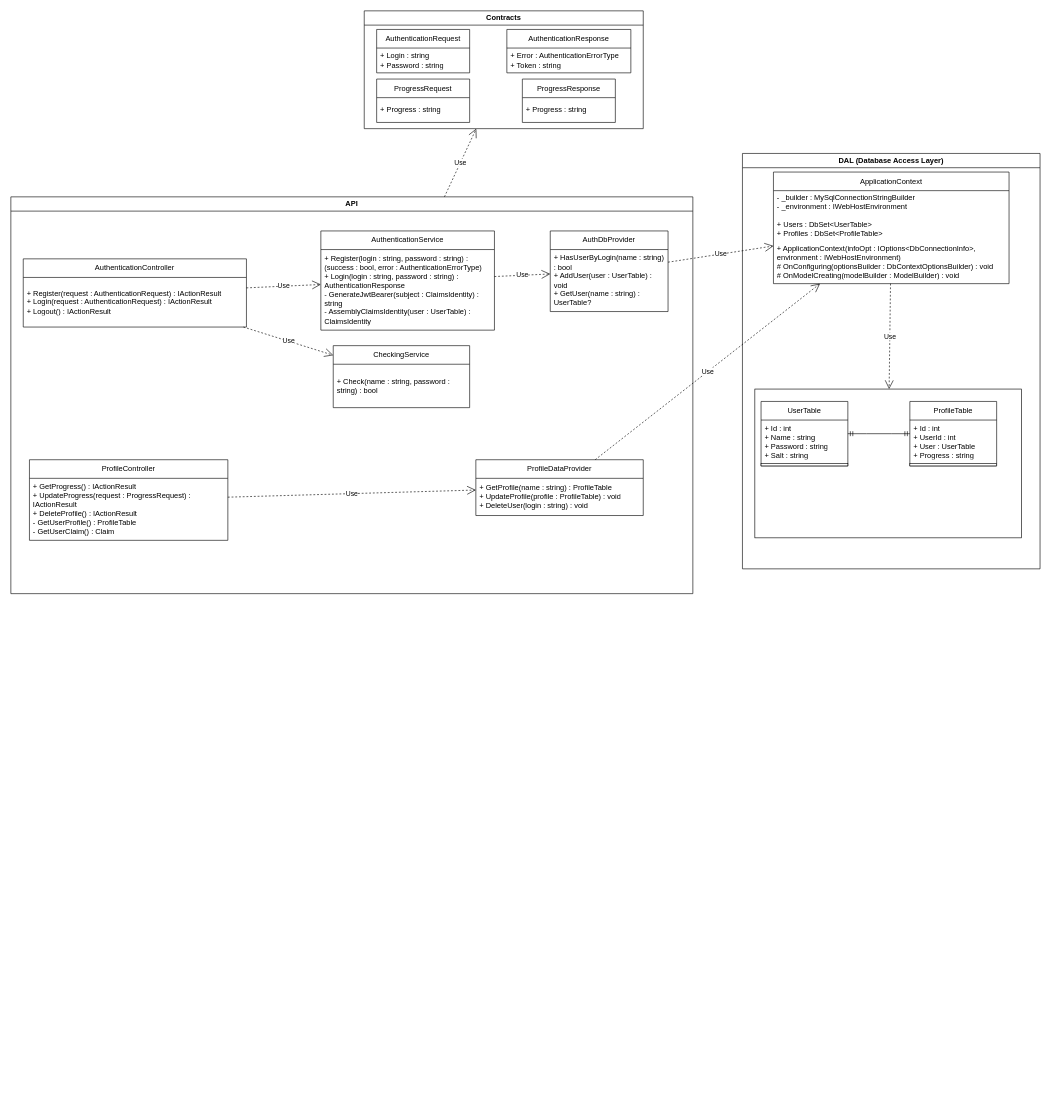
Earlier version of the draw.io diagram RoomByRoom API.drawio (mrnchr/RoomByRoom). Source tidied: cells renumbered, new cells numbered last; positions are measured from the earlier drawing's top-left corner, leaving out a move shared by most shapes. Both pictures are drawn from the tidied source at 62%, with x=0, y=0 at pixel (11, 11).
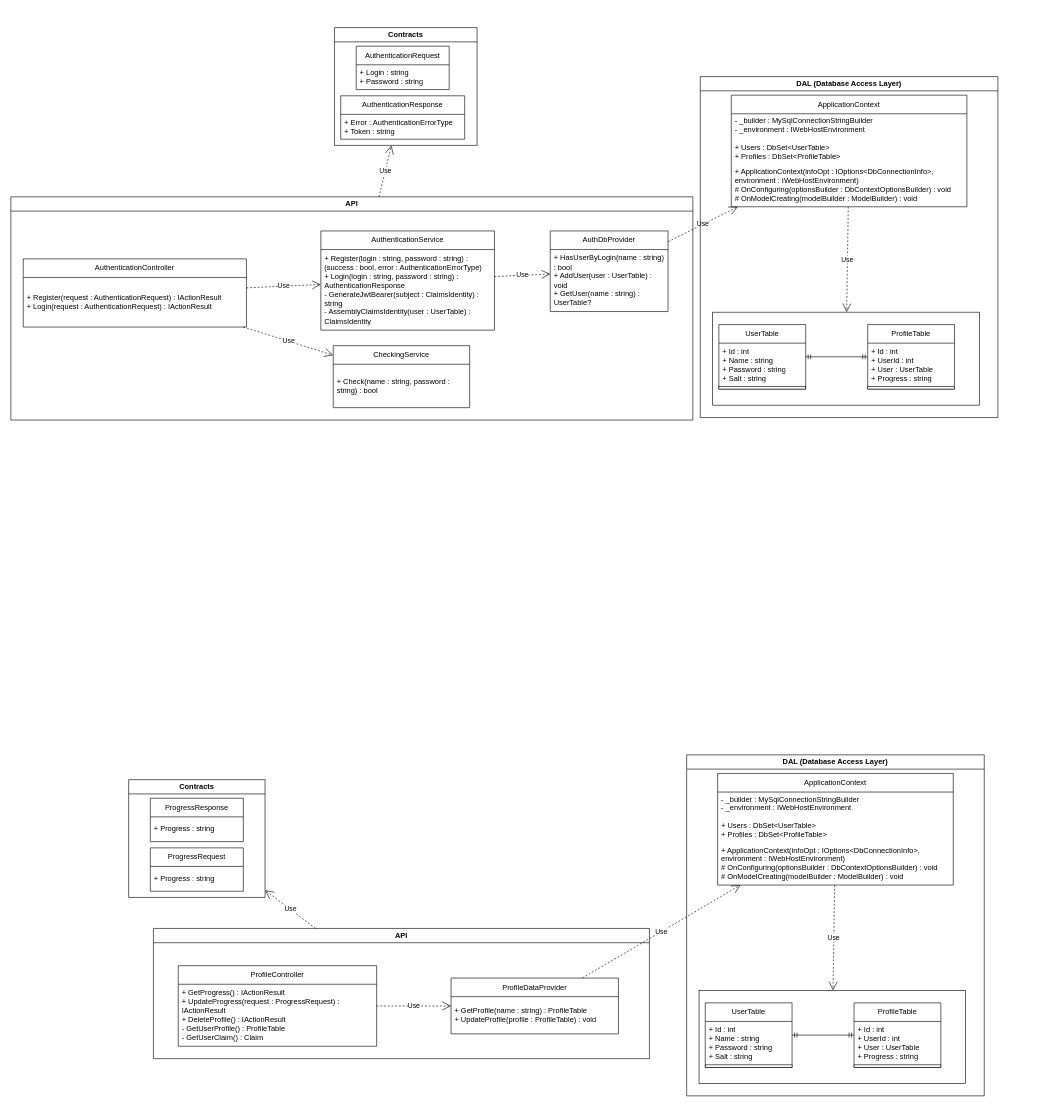
The same diagram, later.

Unchanged cells that the change refers to:
```xml
<mxCell id="25" value="AuthDbProvider" style="swimlane;fontStyle=0;horizontal=1;startSize=30;whiteSpace=wrap;html=1;fillColor=none;" parent="24" vertex="1">
  <mxGeometry x="870" y="55" width="190" height="130" as="geometry" />
</mxCell>
<mxCell id="30" value="AuthenticationController" style="swimlane;fontStyle=0;horizontal=1;startSize=30;whiteSpace=wrap;html=1;fillColor=none;" parent="24" vertex="1">
  <mxGeometry x="20" y="100" width="360" height="110" as="geometry" />
</mxCell>
```

What changed in the source:
```diff
@@
     <mxCell id="2" value="Contracts" style="swimlane;whiteSpace=wrap;html=1;" parent="1" vertex="1">
-      <mxGeometry x="570" width="450" height="190" as="geometry" />
+      <mxGeometry x="522" y="27" width="230" height="190" as="geometry" />
     </mxCell>
     <mxCell id="3" value="AuthenticationRequest" style="swimlane;fontStyle=0;horizontal=1;startSize=30;whiteSpace=wrap;html=1;" parent="2" vertex="1">
-      <mxGeometry x="20" y="30" width="150" height="70" as="geometry" />
+      <mxGeometry x="35" y="30" width="150" height="70" as="geometry" />
     </mxCell>
@@
     <mxCell id="5" value="AuthenticationResponse" style="swimlane;fontStyle=0;horizontal=1;startSize=30;whiteSpace=wrap;html=1;" parent="2" vertex="1">
-      <mxGeometry x="230" y="30" width="200" height="70" as="geometry" />
+      <mxGeometry x="10" y="110" width="200" height="70" as="geometry" />
     </mxCell>
@@
-    <mxCell id="7" value="ProgressRequest" style="swimlane;fontStyle=0;horizontal=1;startSize=30;whiteSpace=wrap;html=1;" parent="2" vertex="1">
-      <mxGeometry x="20" y="110" width="150" height="70" as="geometry" />
-    </mxCell>
-    <mxCell id="8" value="+ Progress : string" style="text;strokeColor=none;fillColor=none;align=left;verticalAlign=middle;spacingLeft=4;spacingRight=4;overflow=hidden;whiteSpace=wrap;html=1;" parent="7" vertex="1">
-      <mxGeometry y="30" width="150" height="40" as="geometry" />
-    </mxCell>
-    <mxCell id="9" value="ProgressResponse" style="swimlane;fontStyle=0;horizontal=1;startSize=30;whiteSpace=wrap;html=1;" parent="2" vertex="1">
-      <mxGeometry x="255" y="110" width="150" height="70" as="geometry" />
-    </mxCell>
-    <mxCell id="10" value="+ Progress : string" style="text;strokeColor=none;fillColor=none;align=left;verticalAlign=middle;spacingLeft=4;spacingRight=4;overflow=hidden;whiteSpace=wrap;html=1;" parent="9" vertex="1">
-      <mxGeometry y="30" width="150" height="40" as="geometry" />
-    </mxCell>
-    <mxCell id="11" value="DAL (Database Access Layer)" style="swimlane;whiteSpace=wrap;html=1;" parent="1" vertex="1">
-      <mxGeometry x="1180" y="230" width="480" height="670" as="geometry" />
-    </mxCell>
-    <mxCell id="12" value="ApplicationContext" style="swimlane;fontStyle=0;horizontal=1;startSize=30;whiteSpace=wrap;html=1;" parent="11" vertex="1">
-      <mxGeometry x="50" y="30" width="380" height="180" as="geometry" />
-    </mxCell>
-    <mxCell id="13" value="- _builder : MySqlConnectionStringBuilder&lt;br&gt;- _environment : IWebHostEnvironment&lt;br&gt;&lt;br&gt;+ Users : DbSet&amp;lt;UserTable&amp;gt;&lt;br&gt;+ Profiles : DbSet&amp;lt;ProfileTable&amp;gt;" style="text;strokeColor=none;fillColor=none;align=left;verticalAlign=middle;spacingLeft=4;spacingRight=4;overflow=hidden;whiteSpace=wrap;html=1;" parent="12" vertex="1">
-      <mxGeometry y="30" width="380" height="80" as="geometry" />
-    </mxCell>
-    <mxCell id="14" value="+ ApplicationContext(infoOpt : IOptions&amp;lt;DbConnectionInfo&amp;gt;, environment : IWebHostEnvironment)&lt;br&gt;# OnConfiguring(optionsBuilder : DbContextOptionsBuilder) : void&lt;br&gt;# OnModelCreating(modelBuilder : ModelBuilder) : void" style="text;strokeColor=none;fillColor=none;align=left;verticalAlign=middle;spacingLeft=4;spacingRight=4;overflow=hidden;whiteSpace=wrap;html=1;" parent="12" vertex="1">
-      <mxGeometry y="110" width="380" height="70" as="geometry" />
-    </mxCell>
-    <mxCell id="15" value="UserTable" style="swimlane;fontStyle=0;horizontal=1;startSize=30;whiteSpace=wrap;html=1;" parent="11" vertex="1">
-      <mxGeometry x="30" y="400" width="140" height="104" as="geometry" />
-    </mxCell>
-    <mxCell id="16" value="+ Id : int&lt;br&gt;+ Name : string&lt;br&gt;+ Password : string&lt;br&gt;+ Salt : string" style="text;strokeColor=none;fillColor=none;align=left;verticalAlign=middle;spacingLeft=4;spacingRight=4;overflow=hidden;whiteSpace=wrap;html=1;" parent="15" vertex="1">
-      <mxGeometry y="30" width="140" height="70" as="geometry" />
-    </mxCell>
-    <mxCell id="17" style="whiteSpace=wrap;html=1;" parent="15" vertex="1">
-      <mxGeometry y="100" width="140" height="4" as="geometry" />
-    </mxCell>
-    <mxCell id="18" value="ProfileTable" style="swimlane;fontStyle=0;horizontal=1;startSize=30;whiteSpace=wrap;html=1;" parent="11" vertex="1">
-      <mxGeometry x="270" y="400" width="140" height="104" as="geometry" />
-    </mxCell>
-    <mxCell id="19" value="+ Id : int&lt;br&gt;+ UserId : int&lt;br&gt;+ User : UserTable&lt;br&gt;+ Progress : string" style="text;strokeColor=none;fillColor=none;align=left;verticalAlign=middle;spacingLeft=4;spacingRight=4;overflow=hidden;whiteSpace=wrap;html=1;" parent="18" vertex="1">
-      <mxGeometry y="30" width="140" height="70" as="geometry" />
-    </mxCell>
-    <mxCell id="20" style="whiteSpace=wrap;html=1;" parent="18" vertex="1">
-      <mxGeometry y="100" width="140" height="4" as="geometry" />
-    </mxCell>
-    <mxCell id="21" style="edgeStyle=entityRelationEdgeStyle;fontSize=12;html=1;endArrow=ERmandOne;startArrow=ERmandOne;rounded=0;" parent="11" edge="1" source="15" target="18">
-      <mxGeometry relative="1" as="geometry" />
-    </mxCell>
-    <mxCell id="22" style="whiteSpace=wrap;html=1;fillColor=none;" parent="11" vertex="1">
-      <mxGeometry x="20" y="380" width="430" height="240" as="geometry" />
-    </mxCell>
-    <mxCell id="23" value="Use" style="endArrow=open;endSize=12;dashed=1;html=1;rounded=0;" parent="11" edge="1" source="12" target="22">
-      <mxGeometry relative="1" as="geometry" />
-    </mxCell>
     <mxCell id="24" value="API" style="swimlane;whiteSpace=wrap;html=1;fillColor=none;" parent="1" vertex="1">
-      <mxGeometry y="300" width="1100" height="640" as="geometry" />
+      <mxGeometry y="300" width="1100" height="360" as="geometry" />
     </mxCell>
@@
-    <mxCell id="31" value="+ Register(request : AuthenticationRequest) : IActionResult&lt;br&gt;+ Login(request : AuthenticationRequest) : IActionResult&lt;br&gt;+ Logout() : IActionResult" style="text;strokeColor=none;fillColor=none;align=left;verticalAlign=middle;spacingLeft=4;spacingRight=4;overflow=hidden;whiteSpace=wrap;html=1;" parent="30" vertex="1">
+    <mxCell id="31" value="+ Register(request : AuthenticationRequest) : IActionResult&lt;br&gt;+ Login(request : AuthenticationRequest) : IActionResult" style="text;strokeColor=none;fillColor=none;align=left;verticalAlign=middle;spacingLeft=4;spacingRight=4;overflow=hidden;whiteSpace=wrap;html=1;" parent="30" vertex="1">
       <mxGeometry y="30" width="360" height="80" as="geometry" />
     </mxCell>
@@
+    <mxCell id="41" value="Use" style="endArrow=open;endSize=12;dashed=1;html=1;rounded=0;" parent="1" edge="1" source="25" target="65">
+      <mxGeometry relative="1" as="geometry" />
+    </mxCell>
+    <mxCell id="43" value="Use" style="endArrow=open;endSize=12;dashed=1;html=1;rounded=0;" parent="1" edge="1" source="24" target="2">
+      <mxGeometry relative="1" as="geometry" />
+    </mxCell>
+    <mxCell id="44" value="Contracts" style="swimlane;whiteSpace=wrap;html=1;" parent="1" vertex="1">
+      <mxGeometry x="190" y="1240" width="220" height="190" as="geometry" />
+    </mxCell>
+    <mxCell id="7" value="ProgressRequest" style="swimlane;fontStyle=0;horizontal=1;startSize=30;whiteSpace=wrap;html=1;" parent="44" vertex="1">
+      <mxGeometry x="35" y="110" width="150" height="70" as="geometry" />
+    </mxCell>
+    <mxCell id="45" value="+ Progress : string" style="text;strokeColor=none;fillColor=none;align=left;verticalAlign=middle;spacingLeft=4;spacingRight=4;overflow=hidden;whiteSpace=wrap;html=1;" parent="7" vertex="1">
+      <mxGeometry y="30" width="150" height="40" as="geometry" />
+    </mxCell>
+    <mxCell id="9" value="ProgressResponse" style="swimlane;fontStyle=0;horizontal=1;startSize=30;whiteSpace=wrap;html=1;" parent="44" vertex="1">
+      <mxGeometry x="35" y="30" width="150" height="70" as="geometry" />
+    </mxCell>
+    <mxCell id="46" value="+ Progress : string" style="text;strokeColor=none;fillColor=none;align=left;verticalAlign=middle;spacingLeft=4;spacingRight=4;overflow=hidden;whiteSpace=wrap;html=1;" parent="9" vertex="1">
+      <mxGeometry y="30" width="150" height="40" as="geometry" />
+    </mxCell>
+    <mxCell id="47" value="DAL (Database Access Layer)" style="swimlane;whiteSpace=wrap;html=1;" parent="1" vertex="1">
+      <mxGeometry x="1090" y="1200" width="480" height="550" as="geometry" />
+    </mxCell>
+    <mxCell id="48" value="ApplicationContext" style="swimlane;fontStyle=0;horizontal=1;startSize=30;whiteSpace=wrap;html=1;" parent="47" vertex="1">
+      <mxGeometry x="50" y="30" width="380" height="180" as="geometry" />
+    </mxCell>
+    <mxCell id="49" value="- _builder : MySqlConnectionStringBuilder&lt;br&gt;- _environment : IWebHostEnvironment&lt;br&gt;&lt;br&gt;+ Users : DbSet&amp;lt;UserTable&amp;gt;&lt;br&gt;+ Profiles : DbSet&amp;lt;ProfileTable&amp;gt;" style="text;strokeColor=none;fillColor=none;align=left;verticalAlign=middle;spacingLeft=4;spacingRight=4;overflow=hidden;whiteSpace=wrap;html=1;" parent="48" vertex="1">
+      <mxGeometry y="30" width="380" height="80" as="geometry" />
+    </mxCell>
+    <mxCell id="50" value="+ ApplicationContext(infoOpt : IOptions&amp;lt;DbConnectionInfo&amp;gt;, environment : IWebHostEnvironment)&lt;br&gt;# OnConfiguring(optionsBuilder : DbContextOptionsBuilder) : void&lt;br&gt;# OnModelCreating(modelBuilder : ModelBuilder) : void" style="text;strokeColor=none;fillColor=none;align=left;verticalAlign=middle;spacingLeft=4;spacingRight=4;overflow=hidden;whiteSpace=wrap;html=1;" parent="48" vertex="1">
+      <mxGeometry y="110" width="380" height="70" as="geometry" />
+    </mxCell>
+    <mxCell id="51" value="UserTable" style="swimlane;fontStyle=0;horizontal=1;startSize=30;whiteSpace=wrap;html=1;" parent="47" vertex="1">
+      <mxGeometry x="30" y="400" width="140" height="104" as="geometry" />
+    </mxCell>
+    <mxCell id="52" value="+ Id : int&lt;br&gt;+ Name : string&lt;br&gt;+ Password : string&lt;br&gt;+ Salt : string" style="text;strokeColor=none;fillColor=none;align=left;verticalAlign=middle;spacingLeft=4;spacingRight=4;overflow=hidden;whiteSpace=wrap;html=1;" parent="51" vertex="1">
+      <mxGeometry y="30" width="140" height="70" as="geometry" />
+    </mxCell>
+    <mxCell id="53" style="whiteSpace=wrap;html=1;" parent="51" vertex="1">
+      <mxGeometry y="100" width="140" height="4" as="geometry" />
+    </mxCell>
+    <mxCell id="54" value="ProfileTable" style="swimlane;fontStyle=0;horizontal=1;startSize=30;whiteSpace=wrap;html=1;" parent="47" vertex="1">
+      <mxGeometry x="270" y="400" width="140" height="104" as="geometry" />
+    </mxCell>
+    <mxCell id="55" value="+ Id : int&lt;br&gt;+ UserId : int&lt;br&gt;+ User : UserTable&lt;br&gt;+ Progress : string" style="text;strokeColor=none;fillColor=none;align=left;verticalAlign=middle;spacingLeft=4;spacingRight=4;overflow=hidden;whiteSpace=wrap;html=1;" parent="54" vertex="1">
+      <mxGeometry y="30" width="140" height="70" as="geometry" />
+    </mxCell>
+    <mxCell id="56" style="whiteSpace=wrap;html=1;" parent="54" vertex="1">
+      <mxGeometry y="100" width="140" height="4" as="geometry" />
+    </mxCell>
+    <mxCell id="57" style="edgeStyle=entityRelationEdgeStyle;fontSize=12;html=1;endArrow=ERmandOne;startArrow=ERmandOne;rounded=0;" parent="47" edge="1" source="51" target="54">
+      <mxGeometry relative="1" as="geometry" />
+    </mxCell>
+    <mxCell id="58" style="whiteSpace=wrap;html=1;fillColor=none;" parent="47" vertex="1">
+      <mxGeometry x="20" y="380" width="430" height="150" as="geometry" />
+    </mxCell>
+    <mxCell id="59" value="Use" style="endArrow=open;endSize=12;dashed=1;html=1;rounded=0;" parent="47" edge="1" source="48" target="58">
+      <mxGeometry relative="1" as="geometry" />
+    </mxCell>
+    <mxCell id="60" value="API" style="swimlane;whiteSpace=wrap;html=1;fillColor=none;" parent="1" vertex="1">
+      <mxGeometry x="230" y="1480" width="800" height="210" as="geometry" />
+    </mxCell>
-    <mxCell id="36" value="ProfileDataProvider" style="swimlane;fontStyle=0;horizontal=1;startSize=30;whiteSpace=wrap;html=1;fillColor=none;" parent="24" vertex="1">
-      <mxGeometry x="750" y="424" width="270" height="90" as="geometry" />
+    <mxCell id="36" value="ProfileDataProvider" style="swimlane;fontStyle=0;horizontal=1;startSize=30;whiteSpace=wrap;html=1;fillColor=none;" parent="60" vertex="1">
+      <mxGeometry x="480" y="80" width="270" height="90" as="geometry" />
     </mxCell>
-    <mxCell id="37" value="+ GetProfile(name : string) : ProfileTable&lt;br&gt;+ UpdateProfile(profile : ProfileTable) : void&lt;br&gt;+ DeleteUser(login : string) : void" style="text;strokeColor=none;fillColor=none;align=left;verticalAlign=middle;spacingLeft=4;spacingRight=4;overflow=hidden;whiteSpace=wrap;html=1;" parent="36" vertex="1">
-      <mxGeometry y="30" width="270" height="60" as="geometry" />
-    </mxCell>
+    <mxCell id="61" value="+ GetProfile(name : string) : ProfileTable&lt;br&gt;+ UpdateProfile(profile : ProfileTable) : void" style="text;strokeColor=none;fillColor=none;align=left;verticalAlign=middle;spacingLeft=4;spacingRight=4;overflow=hidden;whiteSpace=wrap;html=1;" parent="36" vertex="1">
+      <mxGeometry y="30" width="270" height="60" as="geometry" />
+    </mxCell>
-    <mxCell id="38" value="ProfileController" style="swimlane;fontStyle=0;horizontal=1;startSize=30;whiteSpace=wrap;html=1;fillColor=none;" parent="24" vertex="1">
-      <mxGeometry x="30" y="424" width="320" height="130" as="geometry" />
+    <mxCell id="38" value="ProfileController" style="swimlane;fontStyle=0;horizontal=1;startSize=30;whiteSpace=wrap;html=1;fillColor=none;" parent="60" vertex="1">
+      <mxGeometry x="40" y="60" width="320" height="130" as="geometry" />
     </mxCell>
@@
-    <mxCell id="40" value="Use" style="endArrow=open;endSize=12;dashed=1;html=1;rounded=0;" parent="24" edge="1" source="38" target="36">
+    <mxCell id="40" value="Use" style="endArrow=open;endSize=12;dashed=1;html=1;rounded=0;" parent="60" edge="1" source="38" target="36">
       <mxGeometry relative="1" as="geometry" />
     </mxCell>
-    <mxCell id="41" value="Use" style="endArrow=open;endSize=12;dashed=1;html=1;rounded=0;" parent="1" edge="1" source="25" target="12">
-      <mxGeometry relative="1" as="geometry" />
-    </mxCell>
-    <mxCell id="42" value="Use" style="endArrow=open;endSize=12;dashed=1;html=1;rounded=0;" parent="1" edge="1" source="36" target="12">
-      <mxGeometry relative="1" as="geometry" />
-    </mxCell>
-    <mxCell id="43" value="Use" style="endArrow=open;endSize=12;dashed=1;html=1;rounded=0;" parent="1" edge="1" source="24" target="2">
-      <mxGeometry relative="1" as="geometry" />
-    </mxCell>
+    <mxCell id="62" value="Use" style="endArrow=open;endSize=12;dashed=1;html=1;rounded=0;" parent="1" edge="1" source="36" target="48">
+      <mxGeometry relative="1" as="geometry" />
+    </mxCell>
+    <mxCell id="63" value="Use" style="endArrow=open;endSize=12;dashed=1;html=1;rounded=0;" parent="1" edge="1" source="60" target="44">
+      <mxGeometry relative="1" as="geometry" />
+    </mxCell>
+    <mxCell id="64" value="DAL (Database Access Layer)" style="swimlane;whiteSpace=wrap;html=1;" parent="1" vertex="1">
+      <mxGeometry x="1112" y="106" width="480" height="550" as="geometry" />
+    </mxCell>
+    <mxCell id="65" value="ApplicationContext" style="swimlane;fontStyle=0;horizontal=1;startSize=30;whiteSpace=wrap;html=1;" parent="64" vertex="1">
+      <mxGeometry x="50" y="30" width="380" height="180" as="geometry" />
+    </mxCell>
+    <mxCell id="66" value="- _builder : MySqlConnectionStringBuilder&lt;br&gt;- _environment : IWebHostEnvironment&lt;br&gt;&lt;br&gt;+ Users : DbSet&amp;lt;UserTable&amp;gt;&lt;br&gt;+ Profiles : DbSet&amp;lt;ProfileTable&amp;gt;" style="text;strokeColor=none;fillColor=none;align=left;verticalAlign=middle;spacingLeft=4;spacingRight=4;overflow=hidden;whiteSpace=wrap;html=1;" parent="65" vertex="1">
+      <mxGeometry y="30" width="380" height="80" as="geometry" />
+    </mxCell>
+    <mxCell id="67" value="+ ApplicationContext(infoOpt : IOptions&amp;lt;DbConnectionInfo&amp;gt;, environment : IWebHostEnvironment)&lt;br&gt;# OnConfiguring(optionsBuilder : DbContextOptionsBuilder) : void&lt;br&gt;# OnModelCreating(modelBuilder : ModelBuilder) : void" style="text;strokeColor=none;fillColor=none;align=left;verticalAlign=middle;spacingLeft=4;spacingRight=4;overflow=hidden;whiteSpace=wrap;html=1;" parent="65" vertex="1">
+      <mxGeometry y="110" width="380" height="70" as="geometry" />
+    </mxCell>
+    <mxCell id="68" value="UserTable" style="swimlane;fontStyle=0;horizontal=1;startSize=30;whiteSpace=wrap;html=1;" parent="64" vertex="1">
+      <mxGeometry x="30" y="400" width="140" height="104" as="geometry" />
+    </mxCell>
+    <mxCell id="69" value="+ Id : int&lt;br&gt;+ Name : string&lt;br&gt;+ Password : string&lt;br&gt;+ Salt : string" style="text;strokeColor=none;fillColor=none;align=left;verticalAlign=middle;spacingLeft=4;spacingRight=4;overflow=hidden;whiteSpace=wrap;html=1;" parent="68" vertex="1">
+      <mxGeometry y="30" width="140" height="70" as="geometry" />
+    </mxCell>
+    <mxCell id="70" style="whiteSpace=wrap;html=1;" parent="68" vertex="1">
+      <mxGeometry y="100" width="140" height="4" as="geometry" />
+    </mxCell>
+    <mxCell id="71" value="ProfileTable" style="swimlane;fontStyle=0;horizontal=1;startSize=30;whiteSpace=wrap;html=1;" parent="64" vertex="1">
+      <mxGeometry x="270" y="400" width="140" height="104" as="geometry" />
+    </mxCell>
+    <mxCell id="72" value="+ Id : int&lt;br&gt;+ UserId : int&lt;br&gt;+ User : UserTable&lt;br&gt;+ Progress : string" style="text;strokeColor=none;fillColor=none;align=left;verticalAlign=middle;spacingLeft=4;spacingRight=4;overflow=hidden;whiteSpace=wrap;html=1;" parent="71" vertex="1">
+      <mxGeometry y="30" width="140" height="70" as="geometry" />
+    </mxCell>
+    <mxCell id="73" style="whiteSpace=wrap;html=1;" parent="71" vertex="1">
+      <mxGeometry y="100" width="140" height="4" as="geometry" />
+    </mxCell>
+    <mxCell id="74" style="edgeStyle=entityRelationEdgeStyle;fontSize=12;html=1;endArrow=ERmandOne;startArrow=ERmandOne;rounded=0;" parent="64" edge="1" source="68" target="71">
+      <mxGeometry relative="1" as="geometry" />
+    </mxCell>
+    <mxCell id="75" style="whiteSpace=wrap;html=1;fillColor=none;" parent="64" vertex="1">
+      <mxGeometry x="20" y="380" width="430" height="150" as="geometry" />
+    </mxCell>
+    <mxCell id="76" value="Use" style="endArrow=open;endSize=12;dashed=1;html=1;rounded=0;" parent="64" edge="1" source="65" target="75">
+      <mxGeometry relative="1" as="geometry" />
+    </mxCell>
```
